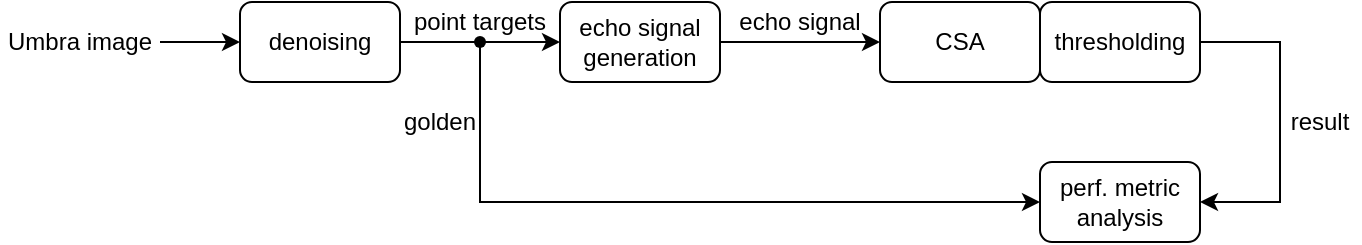
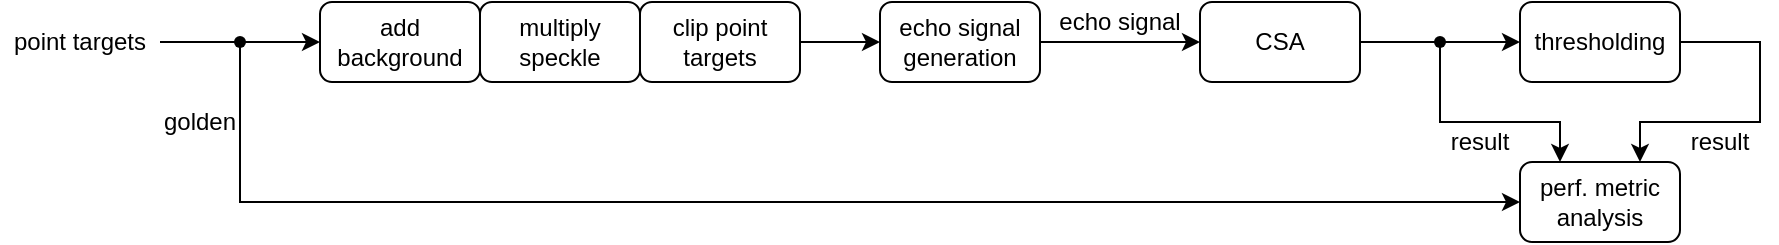
<mxfile host="Electron" agent="Mozilla/5.0 (Windows NT 10.0; Win64; x64) AppleWebKit/537.36 (KHTML, like Gecko) draw.io/24.7.8 Chrome/128.0.6613.36 Electron/32.0.1 Safari/537.36" version="24.7.8" pages="3">
  <diagram name="SelectTopK module" id="mUVyVoMBadTdQZLQjKgO">
    <mxGraphModel dx="794" dy="511" grid="1" gridSize="10" guides="1" tooltips="1" connect="1" arrows="1" fold="1" page="1" pageScale="1" pageWidth="827" pageHeight="1169" math="0" shadow="0">
      <root>
        <mxCell id="0" />
        <mxCell id="1" parent="0" />
-         <mxCell id="gXQljlVZJvfs6rYAzKy3-1" value="denoising" style="rounded=1;whiteSpace=wrap;html=1;" vertex="1" parent="1">
-           <mxGeometry x="320" y="240" width="80" height="40" as="geometry" />
-         </mxCell>
-         <mxCell id="gXQljlVZJvfs6rYAzKy3-2" value="Umbra image" style="text;html=1;align=center;verticalAlign=middle;whiteSpace=wrap;rounded=0;" vertex="1" parent="1">
-           <mxGeometry x="200" y="250" width="80" height="20" as="geometry" />
-         </mxCell>
-         <mxCell id="gXQljlVZJvfs6rYAzKy3-3" value="" style="endArrow=classic;html=1;rounded=0;entryX=0;entryY=0.5;entryDx=0;entryDy=0;exitX=1;exitY=0.5;exitDx=0;exitDy=0;" edge="1" parent="1" source="gXQljlVZJvfs6rYAzKy3-2" target="gXQljlVZJvfs6rYAzKy3-1">
+         <mxCell id="gXQljlVZJvfs6rYAzKy3-1" value="add background" style="rounded=1;whiteSpace=wrap;html=1;" parent="1" vertex="1">
+           <mxGeometry x="200" y="240" width="80" height="40" as="geometry" />
+         </mxCell>
+         <mxCell id="gXQljlVZJvfs6rYAzKy3-3" value="" style="endArrow=classic;html=1;rounded=0;entryX=0;entryY=0.5;entryDx=0;entryDy=0;exitX=1;exitY=0.5;exitDx=0;exitDy=0;" parent="1" source="gXQljlVZJvfs6rYAzKy3-8" target="gXQljlVZJvfs6rYAzKy3-1" edge="1">
+           <mxGeometry width="50" height="50" relative="1" as="geometry">
+             <mxPoint x="130" y="320" as="sourcePoint" />
+             <mxPoint x="270" y="240" as="targetPoint" />
+           </mxGeometry>
+         </mxCell>
+         <mxCell id="gXQljlVZJvfs6rYAzKy3-4" value="" style="endArrow=classic;html=1;rounded=0;entryX=0;entryY=0.5;entryDx=0;entryDy=0;exitX=1;exitY=0.5;exitDx=0;exitDy=0;" parent="1" source="iuhtaoOXfK3OFx5w9tUS-3" target="gXQljlVZJvfs6rYAzKy3-7" edge="1">
+           <mxGeometry width="50" height="50" relative="1" as="geometry">
+             <mxPoint x="350" y="410" as="sourcePoint" />
+             <mxPoint x="480" y="260" as="targetPoint" />
+           </mxGeometry>
+         </mxCell>
+         <mxCell id="gXQljlVZJvfs6rYAzKy3-5" value="CSA" style="rounded=1;whiteSpace=wrap;html=1;" parent="1" vertex="1">
+           <mxGeometry x="640" y="240" width="80" height="40" as="geometry" />
+         </mxCell>
+         <mxCell id="gXQljlVZJvfs6rYAzKy3-6" value="thresholding" style="rounded=1;whiteSpace=wrap;html=1;" parent="1" vertex="1">
+           <mxGeometry x="800" y="240" width="80" height="40" as="geometry" />
+         </mxCell>
+         <mxCell id="gXQljlVZJvfs6rYAzKy3-7" value="echo signal generation" style="rounded=1;whiteSpace=wrap;html=1;" parent="1" vertex="1">
+           <mxGeometry x="480" y="240" width="80" height="40" as="geometry" />
+         </mxCell>
+         <mxCell id="gXQljlVZJvfs6rYAzKy3-8" value="point targets" style="text;html=1;align=center;verticalAlign=middle;whiteSpace=wrap;rounded=0;" parent="1" vertex="1">
+           <mxGeometry x="40" y="250" width="80" height="20" as="geometry" />
+         </mxCell>
+         <mxCell id="gXQljlVZJvfs6rYAzKy3-9" value="" style="endArrow=classic;html=1;rounded=0;exitX=1;exitY=0.5;exitDx=0;exitDy=0;entryX=0;entryY=0.5;entryDx=0;entryDy=0;" parent="1" source="gXQljlVZJvfs6rYAzKy3-7" target="gXQljlVZJvfs6rYAzKy3-5" edge="1">
          <mxGeometry width="50" height="50" relative="1" as="geometry">
            <mxPoint x="380" y="290" as="sourcePoint" />
            <mxPoint x="430" y="240" as="targetPoint" />
          </mxGeometry>
        </mxCell>
-         <mxCell id="gXQljlVZJvfs6rYAzKy3-4" value="" style="endArrow=classic;html=1;rounded=0;exitX=1;exitY=0.5;exitDx=0;exitDy=0;entryX=0;entryY=0.5;entryDx=0;entryDy=0;" edge="1" parent="1" source="gXQljlVZJvfs6rYAzKy3-1" target="gXQljlVZJvfs6rYAzKy3-7">
-           <mxGeometry width="50" height="50" relative="1" as="geometry">
-             <mxPoint x="380" y="290" as="sourcePoint" />
-             <mxPoint x="480" y="260" as="targetPoint" />
-           </mxGeometry>
-         </mxCell>
-         <mxCell id="gXQljlVZJvfs6rYAzKy3-5" value="CSA" style="rounded=1;whiteSpace=wrap;html=1;" vertex="1" parent="1">
-           <mxGeometry x="640" y="240" width="80" height="40" as="geometry" />
-         </mxCell>
-         <mxCell id="gXQljlVZJvfs6rYAzKy3-6" value="thresholding" style="rounded=1;whiteSpace=wrap;html=1;" vertex="1" parent="1">
-           <mxGeometry x="720" y="240" width="80" height="40" as="geometry" />
-         </mxCell>
-         <mxCell id="gXQljlVZJvfs6rYAzKy3-7" value="echo signal generation" style="rounded=1;whiteSpace=wrap;html=1;" vertex="1" parent="1">
-           <mxGeometry x="480" y="240" width="80" height="40" as="geometry" />
-         </mxCell>
-         <mxCell id="gXQljlVZJvfs6rYAzKy3-8" value="point targets" style="text;html=1;align=center;verticalAlign=middle;whiteSpace=wrap;rounded=0;" vertex="1" parent="1">
-           <mxGeometry x="400" y="240" width="80" height="20" as="geometry" />
-         </mxCell>
-         <mxCell id="gXQljlVZJvfs6rYAzKy3-9" value="" style="endArrow=classic;html=1;rounded=0;exitX=1;exitY=0.5;exitDx=0;exitDy=0;entryX=0;entryY=0.5;entryDx=0;entryDy=0;" edge="1" parent="1" source="gXQljlVZJvfs6rYAzKy3-7" target="gXQljlVZJvfs6rYAzKy3-5">
-           <mxGeometry width="50" height="50" relative="1" as="geometry">
-             <mxPoint x="380" y="290" as="sourcePoint" />
-             <mxPoint x="430" y="240" as="targetPoint" />
-           </mxGeometry>
-         </mxCell>
-         <mxCell id="gXQljlVZJvfs6rYAzKy3-10" value="echo signal" style="text;html=1;align=center;verticalAlign=middle;whiteSpace=wrap;rounded=0;" vertex="1" parent="1">
+         <mxCell id="gXQljlVZJvfs6rYAzKy3-10" value="echo signal" style="text;html=1;align=center;verticalAlign=middle;whiteSpace=wrap;rounded=0;" parent="1" vertex="1">
          <mxGeometry x="560" y="240" width="80" height="20" as="geometry" />
        </mxCell>
-         <mxCell id="gXQljlVZJvfs6rYAzKy3-11" value="" style="endArrow=classic;html=1;rounded=0;exitX=1;exitY=0.5;exitDx=0;exitDy=0;entryX=1;entryY=0.5;entryDx=0;entryDy=0;" edge="1" parent="1" source="gXQljlVZJvfs6rYAzKy3-6" target="gXQljlVZJvfs6rYAzKy3-14">
-           <mxGeometry width="50" height="50" relative="1" as="geometry">
-             <mxPoint x="660" y="380" as="sourcePoint" />
-             <mxPoint x="780" y="390" as="targetPoint" />
+         <mxCell id="gXQljlVZJvfs6rYAzKy3-11" value="" style="endArrow=classic;html=1;rounded=0;exitX=1;exitY=0.5;exitDx=0;exitDy=0;entryX=0.75;entryY=0;entryDx=0;entryDy=0;" parent="1" source="gXQljlVZJvfs6rYAzKy3-6" target="gXQljlVZJvfs6rYAzKy3-14" edge="1">
+           <mxGeometry width="50" height="50" relative="1" as="geometry">
+             <mxPoint x="740" y="380" as="sourcePoint" />
+             <mxPoint x="860" y="390" as="targetPoint" />
            <Array as="points">
-               <mxPoint x="840" y="260" />
-               <mxPoint x="840" y="340" />
+               <mxPoint x="920" y="260" />
+               <mxPoint x="920" y="300" />
+               <mxPoint x="860" y="300" />
            </Array>
          </mxGeometry>
        </mxCell>
-         <mxCell id="gXQljlVZJvfs6rYAzKy3-12" value="" style="endArrow=classic;html=1;rounded=0;exitX=1.033;exitY=0.8;exitDx=0;exitDy=0;exitPerimeter=0;entryX=0;entryY=0.5;entryDx=0;entryDy=0;" edge="1" parent="1" source="gXQljlVZJvfs6rYAzKy3-13" target="gXQljlVZJvfs6rYAzKy3-14">
+         <mxCell id="gXQljlVZJvfs6rYAzKy3-12" value="" style="endArrow=classic;html=1;rounded=0;exitX=1.033;exitY=0.8;exitDx=0;exitDy=0;exitPerimeter=0;entryX=0;entryY=0.5;entryDx=0;entryDy=0;" parent="1" source="gXQljlVZJvfs6rYAzKy3-13" target="gXQljlVZJvfs6rYAzKy3-14" edge="1">
          <mxGeometry width="50" height="50" relative="1" as="geometry">
            <mxPoint x="540" y="370" as="sourcePoint" />
            <mxPoint x="520" y="370" as="targetPoint" />
            <Array as="points">
-               <mxPoint x="440" y="340" />
+               <mxPoint x="160" y="340" />
            </Array>
          </mxGeometry>
        </mxCell>
-         <mxCell id="gXQljlVZJvfs6rYAzKy3-13" value="" style="shape=waypoint;sketch=0;fillStyle=solid;size=6;pointerEvents=1;points=[];fillColor=none;resizable=0;rotatable=0;perimeter=centerPerimeter;snapToPoint=1;" vertex="1" parent="1">
-           <mxGeometry x="430" y="250" width="20" height="20" as="geometry" />
-         </mxCell>
-         <mxCell id="gXQljlVZJvfs6rYAzKy3-14" value="perf. metric analysis" style="rounded=1;whiteSpace=wrap;html=1;" vertex="1" parent="1">
-           <mxGeometry x="720" y="320" width="80" height="40" as="geometry" />
-         </mxCell>
-         <mxCell id="gXQljlVZJvfs6rYAzKy3-15" value="golden" style="text;html=1;align=center;verticalAlign=middle;whiteSpace=wrap;rounded=0;" vertex="1" parent="1">
-           <mxGeometry x="400" y="290" width="40" height="20" as="geometry" />
-         </mxCell>
-         <mxCell id="gXQljlVZJvfs6rYAzKy3-16" value="result" style="text;html=1;align=center;verticalAlign=middle;whiteSpace=wrap;rounded=0;" vertex="1" parent="1">
-           <mxGeometry x="840" y="290" width="40" height="20" as="geometry" />
+         <mxCell id="gXQljlVZJvfs6rYAzKy3-13" value="" style="shape=waypoint;sketch=0;fillStyle=solid;size=6;pointerEvents=1;points=[];fillColor=none;resizable=0;rotatable=0;perimeter=centerPerimeter;snapToPoint=1;" parent="1" vertex="1">
+           <mxGeometry x="150" y="250" width="20" height="20" as="geometry" />
+         </mxCell>
+         <mxCell id="gXQljlVZJvfs6rYAzKy3-14" value="perf. metric analysis" style="rounded=1;whiteSpace=wrap;html=1;" parent="1" vertex="1">
+           <mxGeometry x="800" y="320" width="80" height="40" as="geometry" />
+         </mxCell>
+         <mxCell id="gXQljlVZJvfs6rYAzKy3-15" value="golden" style="text;html=1;align=center;verticalAlign=middle;whiteSpace=wrap;rounded=0;" parent="1" vertex="1">
+           <mxGeometry x="120" y="290" width="40" height="20" as="geometry" />
+         </mxCell>
+         <mxCell id="gXQljlVZJvfs6rYAzKy3-16" value="result" style="text;html=1;align=center;verticalAlign=middle;whiteSpace=wrap;rounded=0;" parent="1" vertex="1">
+           <mxGeometry x="880" y="300" width="40" height="20" as="geometry" />
+         </mxCell>
+         <mxCell id="iuhtaoOXfK3OFx5w9tUS-2" value="multiply speckle" style="rounded=1;whiteSpace=wrap;html=1;" vertex="1" parent="1">
+           <mxGeometry x="280" y="240" width="80" height="40" as="geometry" />
+         </mxCell>
+         <mxCell id="iuhtaoOXfK3OFx5w9tUS-3" value="clip point targets" style="rounded=1;whiteSpace=wrap;html=1;" vertex="1" parent="1">
+           <mxGeometry x="360" y="240" width="80" height="40" as="geometry" />
+         </mxCell>
+         <mxCell id="iuhtaoOXfK3OFx5w9tUS-4" value="" style="endArrow=classic;html=1;rounded=0;exitX=1;exitY=0.5;exitDx=0;exitDy=0;entryX=0;entryY=0.5;entryDx=0;entryDy=0;" edge="1" parent="1" source="gXQljlVZJvfs6rYAzKy3-5" target="gXQljlVZJvfs6rYAzKy3-6">
+           <mxGeometry width="50" height="50" relative="1" as="geometry">
+             <mxPoint x="770" y="290" as="sourcePoint" />
+             <mxPoint x="820" y="240" as="targetPoint" />
+           </mxGeometry>
+         </mxCell>
+         <mxCell id="iuhtaoOXfK3OFx5w9tUS-5" value="" style="shape=waypoint;sketch=0;fillStyle=solid;size=6;pointerEvents=1;points=[];fillColor=none;resizable=0;rotatable=0;perimeter=centerPerimeter;snapToPoint=1;" vertex="1" parent="1">
+           <mxGeometry x="750" y="250" width="20" height="20" as="geometry" />
+         </mxCell>
+         <mxCell id="iuhtaoOXfK3OFx5w9tUS-6" value="" style="endArrow=classic;html=1;rounded=0;exitX=1.1;exitY=0.867;exitDx=0;exitDy=0;exitPerimeter=0;entryX=0.25;entryY=0;entryDx=0;entryDy=0;" edge="1" parent="1" source="iuhtaoOXfK3OFx5w9tUS-5" target="gXQljlVZJvfs6rYAzKy3-14">
+           <mxGeometry width="50" height="50" relative="1" as="geometry">
+             <mxPoint x="680" y="420" as="sourcePoint" />
+             <mxPoint x="820" y="240" as="targetPoint" />
+             <Array as="points">
+               <mxPoint x="760" y="300" />
+               <mxPoint x="820" y="300" />
+             </Array>
+           </mxGeometry>
+         </mxCell>
+         <mxCell id="iuhtaoOXfK3OFx5w9tUS-7" value="result" style="text;html=1;align=center;verticalAlign=middle;whiteSpace=wrap;rounded=0;" vertex="1" parent="1">
+           <mxGeometry x="760" y="300" width="40" height="20" as="geometry" />
        </mxCell>
      </root>
    </mxGraphModel>
  </diagram>
  <diagram id="G11kcL8yrh3Miww0Hvbj" name="Sort8 module">
    <mxGraphModel dx="548" dy="352" grid="1" gridSize="10" guides="1" tooltips="1" connect="1" arrows="1" fold="1" page="1" pageScale="1" pageWidth="827" pageHeight="1169" math="0" shadow="0">
      <root>
        <mxCell id="0" />
        <mxCell id="1" parent="0" />
        <mxCell id="zYjM3pSCf1ERmpYBm64K-1" value="CAS" style="rounded=1;whiteSpace=wrap;html=1;" vertex="1" parent="1">
          <mxGeometry x="340" y="240" width="40" height="40" as="geometry" />
        </mxCell>
        <mxCell id="zYjM3pSCf1ERmpYBm64K-2" value="D" style="rounded=1;whiteSpace=wrap;html=1;" vertex="1" parent="1">
          <mxGeometry x="400" y="240" width="20" height="20" as="geometry" />
        </mxCell>
        <mxCell id="zYjM3pSCf1ERmpYBm64K-3" value="D" style="rounded=1;whiteSpace=wrap;html=1;" vertex="1" parent="1">
          <mxGeometry x="400" y="260" width="20" height="20" as="geometry" />
        </mxCell>
        <mxCell id="zYjM3pSCf1ERmpYBm64K-4" value="" style="endArrow=classic;html=1;rounded=0;exitX=1;exitY=0.25;exitDx=0;exitDy=0;entryX=0;entryY=0.5;entryDx=0;entryDy=0;" edge="1" parent="1" source="zYjM3pSCf1ERmpYBm64K-1" target="zYjM3pSCf1ERmpYBm64K-2">
          <mxGeometry width="50" height="50" relative="1" as="geometry">
            <mxPoint x="380" y="290" as="sourcePoint" />
            <mxPoint x="430" y="240" as="targetPoint" />
          </mxGeometry>
        </mxCell>
        <mxCell id="zYjM3pSCf1ERmpYBm64K-5" value="" style="endArrow=classic;html=1;rounded=0;entryX=0;entryY=0.5;entryDx=0;entryDy=0;" edge="1" parent="1" target="zYjM3pSCf1ERmpYBm64K-3">
          <mxGeometry width="50" height="50" relative="1" as="geometry">
            <mxPoint x="380" y="270" as="sourcePoint" />
            <mxPoint x="430" y="220" as="targetPoint" />
          </mxGeometry>
        </mxCell>
        <mxCell id="zYjM3pSCf1ERmpYBm64K-6" value="" style="endArrow=classic;html=1;rounded=0;entryX=0;entryY=0.25;entryDx=0;entryDy=0;exitX=1;exitY=0.5;exitDx=0;exitDy=0;" edge="1" parent="1" source="zYjM3pSCf1ERmpYBm64K-20" target="zYjM3pSCf1ERmpYBm64K-1">
          <mxGeometry width="50" height="50" relative="1" as="geometry">
            <mxPoint x="300" y="250" as="sourcePoint" />
            <mxPoint x="400" y="200" as="targetPoint" />
          </mxGeometry>
        </mxCell>
        <mxCell id="zYjM3pSCf1ERmpYBm64K-7" value="" style="endArrow=classic;html=1;rounded=0;entryX=0;entryY=0.75;entryDx=0;entryDy=0;exitX=1;exitY=0.5;exitDx=0;exitDy=0;" edge="1" parent="1" source="zYjM3pSCf1ERmpYBm64K-22" target="zYjM3pSCf1ERmpYBm64K-1">
          <mxGeometry width="50" height="50" relative="1" as="geometry">
            <mxPoint x="300" y="270" as="sourcePoint" />
            <mxPoint x="400" y="200" as="targetPoint" />
          </mxGeometry>
        </mxCell>
        <mxCell id="zYjM3pSCf1ERmpYBm64K-8" value="" style="endArrow=classic;html=1;rounded=0;" edge="1" parent="1">
          <mxGeometry width="50" height="50" relative="1" as="geometry">
            <mxPoint x="350" y="250" as="sourcePoint" />
            <mxPoint x="400" y="200" as="targetPoint" />
          </mxGeometry>
        </mxCell>
        <mxCell id="zYjM3pSCf1ERmpYBm64K-9" value="" style="endArrow=classic;html=1;rounded=0;entryX=0.5;entryY=1;entryDx=0;entryDy=0;" edge="1" parent="1" target="zYjM3pSCf1ERmpYBm64K-1">
          <mxGeometry width="50" height="50" relative="1" as="geometry">
            <mxPoint x="210" y="310" as="sourcePoint" />
            <mxPoint x="400" y="200" as="targetPoint" />
          </mxGeometry>
        </mxCell>
        <mxCell id="zYjM3pSCf1ERmpYBm64K-10" value="CAS" style="rounded=1;whiteSpace=wrap;html=1;" vertex="1" parent="1">
          <mxGeometry x="480" y="240" width="40" height="40" as="geometry" />
        </mxCell>
        <mxCell id="zYjM3pSCf1ERmpYBm64K-11" value="" style="endArrow=classic;html=1;rounded=0;entryX=0;entryY=0.25;entryDx=0;entryDy=0;exitX=1;exitY=0.5;exitDx=0;exitDy=0;" edge="1" target="zYjM3pSCf1ERmpYBm64K-10" parent="1" source="zYjM3pSCf1ERmpYBm64K-2">
          <mxGeometry width="50" height="50" relative="1" as="geometry">
            <mxPoint x="440" y="250" as="sourcePoint" />
            <mxPoint x="540" y="200" as="targetPoint" />
          </mxGeometry>
        </mxCell>
        <mxCell id="zYjM3pSCf1ERmpYBm64K-12" value="" style="endArrow=classic;html=1;rounded=0;entryX=0;entryY=0.75;entryDx=0;entryDy=0;" edge="1" target="zYjM3pSCf1ERmpYBm64K-10" parent="1">
          <mxGeometry width="50" height="50" relative="1" as="geometry">
            <mxPoint x="440" y="270" as="sourcePoint" />
            <mxPoint x="540" y="200" as="targetPoint" />
          </mxGeometry>
        </mxCell>
        <mxCell id="zYjM3pSCf1ERmpYBm64K-13" value="CAS" style="rounded=1;whiteSpace=wrap;html=1;" vertex="1" parent="1">
          <mxGeometry x="340" y="300" width="40" height="40" as="geometry" />
        </mxCell>
        <mxCell id="zYjM3pSCf1ERmpYBm64K-14" value="D" style="rounded=1;whiteSpace=wrap;html=1;" vertex="1" parent="1">
          <mxGeometry x="400" y="300" width="20" height="20" as="geometry" />
        </mxCell>
        <mxCell id="zYjM3pSCf1ERmpYBm64K-15" value="D" style="rounded=1;whiteSpace=wrap;html=1;" vertex="1" parent="1">
          <mxGeometry x="400" y="320" width="20" height="20" as="geometry" />
        </mxCell>
        <mxCell id="zYjM3pSCf1ERmpYBm64K-16" value="" style="endArrow=classic;html=1;rounded=0;exitX=1;exitY=0.25;exitDx=0;exitDy=0;entryX=0;entryY=0.5;entryDx=0;entryDy=0;" edge="1" source="zYjM3pSCf1ERmpYBm64K-13" target="zYjM3pSCf1ERmpYBm64K-14" parent="1">
          <mxGeometry width="50" height="50" relative="1" as="geometry">
            <mxPoint x="380" y="350" as="sourcePoint" />
            <mxPoint x="430" y="300" as="targetPoint" />
          </mxGeometry>
        </mxCell>
        <mxCell id="zYjM3pSCf1ERmpYBm64K-17" value="" style="endArrow=classic;html=1;rounded=0;entryX=0;entryY=0.5;entryDx=0;entryDy=0;" edge="1" target="zYjM3pSCf1ERmpYBm64K-15" parent="1">
          <mxGeometry width="50" height="50" relative="1" as="geometry">
            <mxPoint x="380" y="330" as="sourcePoint" />
            <mxPoint x="430" y="280" as="targetPoint" />
          </mxGeometry>
        </mxCell>
        <mxCell id="zYjM3pSCf1ERmpYBm64K-18" value="" style="endArrow=classic;html=1;rounded=0;entryX=0;entryY=0.25;entryDx=0;entryDy=0;" edge="1" target="zYjM3pSCf1ERmpYBm64K-13" parent="1">
          <mxGeometry width="50" height="50" relative="1" as="geometry">
            <mxPoint x="300" y="310" as="sourcePoint" />
            <mxPoint x="400" y="260" as="targetPoint" />
          </mxGeometry>
        </mxCell>
        <mxCell id="zYjM3pSCf1ERmpYBm64K-19" value="" style="endArrow=classic;html=1;rounded=0;entryX=0;entryY=0.75;entryDx=0;entryDy=0;" edge="1" target="zYjM3pSCf1ERmpYBm64K-13" parent="1">
          <mxGeometry width="50" height="50" relative="1" as="geometry">
            <mxPoint x="300" y="330" as="sourcePoint" />
            <mxPoint x="400" y="260" as="targetPoint" />
          </mxGeometry>
        </mxCell>
        <mxCell id="zYjM3pSCf1ERmpYBm64K-20" value="in0" style="text;html=1;align=center;verticalAlign=middle;whiteSpace=wrap;rounded=0;" vertex="1" parent="1">
          <mxGeometry x="280" y="240" width="40" height="20" as="geometry" />
        </mxCell>
        <mxCell id="zYjM3pSCf1ERmpYBm64K-21" value="1" style="text;html=1;align=center;verticalAlign=middle;whiteSpace=wrap;rounded=0;" vertex="1" parent="1">
          <mxGeometry x="200" y="370" width="60" height="30" as="geometry" />
        </mxCell>
        <mxCell id="zYjM3pSCf1ERmpYBm64K-22" value="in1" style="text;html=1;align=center;verticalAlign=middle;whiteSpace=wrap;rounded=0;" vertex="1" parent="1">
          <mxGeometry x="280" y="260" width="40" height="20" as="geometry" />
        </mxCell>
      </root>
    </mxGraphModel>
  </diagram>
  <diagram id="98J4sd_0iWrzFJonSDcM" name="FSM">
    <mxGraphModel dx="794" dy="511" grid="1" gridSize="10" guides="1" tooltips="1" connect="1" arrows="1" fold="1" page="1" pageScale="1" pageWidth="827" pageHeight="1169" math="0" shadow="0">
      <root>
        <mxCell id="0" />
        <mxCell id="1" parent="0" />
      </root>
    </mxGraphModel>
  </diagram>
</mxfile>
